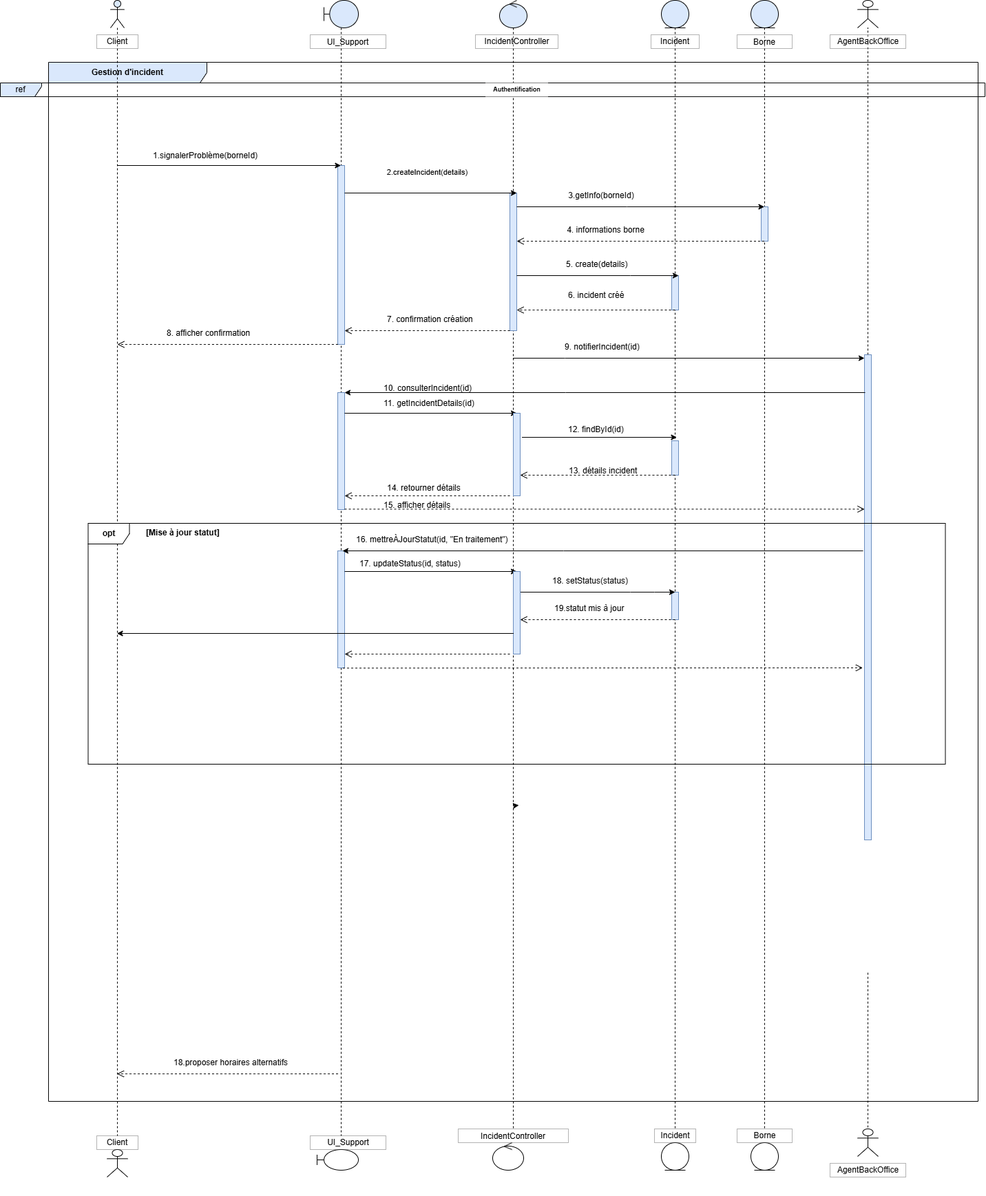
The draw.io diagram diag de seq gestion d'incident.drawio.png in achreffakraoui/Projet-uml, before a commit. Source tidied: cells renumbered, new cells last; positions are measured from the earlier drawing's top-left corner, leaving out a move shared by most shapes.
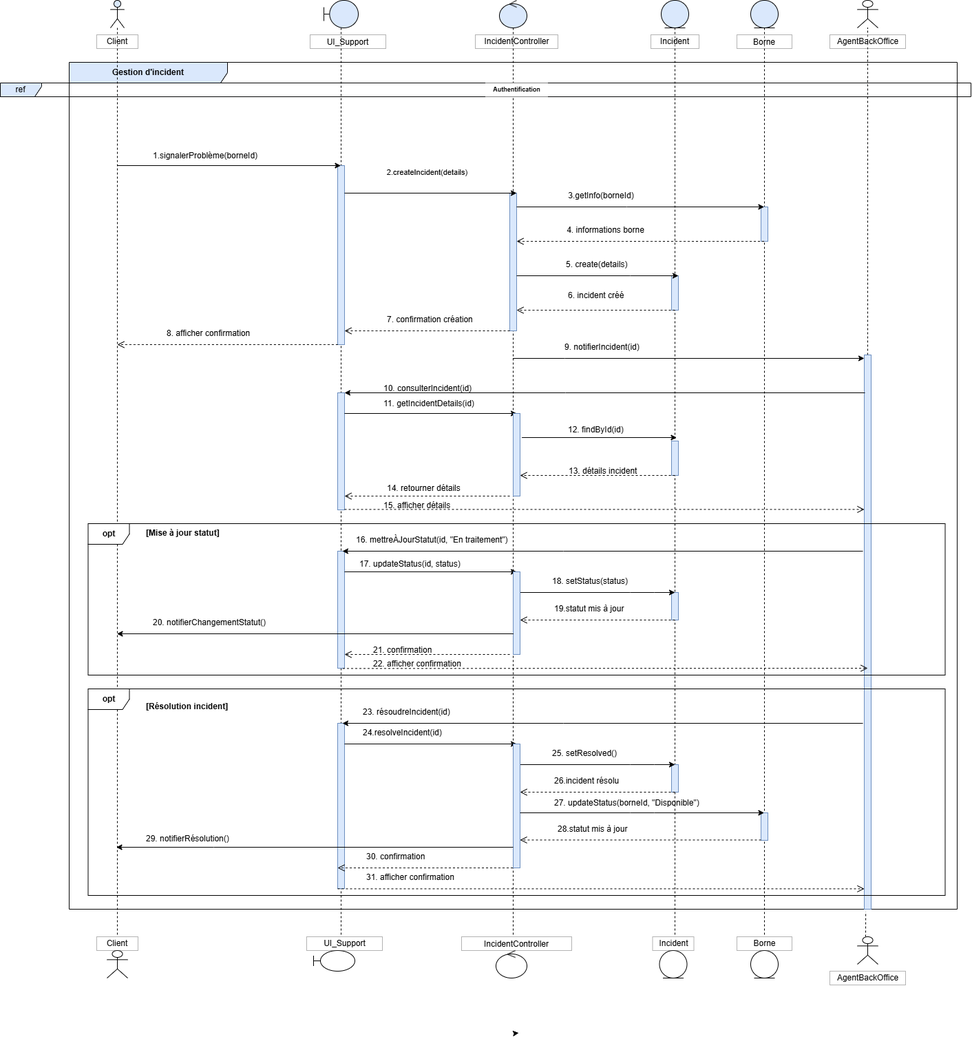
Above is the later version.

Commit message:
Mettre à jour diag de seq gestion d'incident.drawio.png

Change to the diagram source:
```diff
@@ -5,6 +5,6 @@
     <mxCell id="2" value="&lt;p&gt;&lt;b&gt;Gestion d'incident&lt;/b&gt;&lt;/p&gt;" style="shape=umlFrame;whiteSpace=wrap;html=1;fillColor=#dae8fc;strokeColor=light-dark(#050505, #5c79a3);width=230;height=30;" parent="1" vertex="1">
-      <mxGeometry x="70" y="90" width="1350" height="1510" as="geometry" />
+      <mxGeometry x="100" y="90" width="1290" height="1230" as="geometry" />
     </mxCell>
     <mxCell id="3" style="shape=umlLifeline;perimeter=lifelinePerimeter;whiteSpace=wrap;html=1;outlineConnect=0;portConstraint=eastwest;newEdgeStyle={&quot;curved&quot;:0,&quot;rounded&quot;:0};participant=umlActor;fillColor=#dae8fc;strokeColor=default;" parent="1" vertex="1">
-      <mxGeometry x="160" width="20" height="1650" as="geometry" />
+      <mxGeometry x="160" width="20" height="1360" as="geometry" />
     </mxCell>
@@ -14,3 +14,3 @@
     <mxCell id="5" style="shape=umlLifeline;perimeter=lifelinePerimeter;whiteSpace=wrap;html=1;outlineConnect=0;portConstraint=eastwest;newEdgeStyle={&quot;curved&quot;:0,&quot;rounded&quot;:0};participant=umlBoundary;fillColor=#dae8fc;strokeColor=default;size=40;" parent="1" vertex="1">
-      <mxGeometry x="470" width="50" height="1650" as="geometry" />
+      <mxGeometry x="470" width="50" height="1360" as="geometry" />
     </mxCell>
@@ -26,3 +26,3 @@
     <mxCell id="9" style="shape=umlLifeline;perimeter=lifelinePerimeter;whiteSpace=wrap;html=1;outlineConnect=0;portConstraint=eastwest;newEdgeStyle={&quot;curved&quot;:0,&quot;rounded&quot;:0};participant=umlControl;fillColor=#dae8fc;strokeColor=default;" parent="1" vertex="1">
-      <mxGeometry x="725" width="40" height="1640" as="geometry" />
+      <mxGeometry x="725" width="40" height="1360" as="geometry" />
     </mxCell>
@@ -35,3 +35,3 @@
     <mxCell id="12" style="shape=umlLifeline;perimeter=lifelinePerimeter;whiteSpace=wrap;html=1;newEdgeStyle={&quot;curved&quot;:0,&quot;rounded&quot;:0};participant=umlEntity;fillColor=#dae8fc;strokeColor=default;" parent="1" vertex="1">
-      <mxGeometry x="960" width="40" height="1640" as="geometry" />
+      <mxGeometry x="960" width="40" height="1360" as="geometry" />
     </mxCell>
@@ -44,3 +44,3 @@
     <mxCell id="15" style="shape=umlLifeline;perimeter=lifelinePerimeter;whiteSpace=wrap;html=1;outlineConnect=0;portConstraint=eastwest;newEdgeStyle={&quot;curved&quot;:0,&quot;rounded&quot;:0};participant=umlEntity;fillColor=#dae8fc;strokeColor=default;" parent="1" vertex="1">
-      <mxGeometry x="1090" width="40" height="1640" as="geometry" />
+      <mxGeometry x="1090" width="40" height="1360" as="geometry" />
     </mxCell>
@@ -49,2 +49,5 @@
     </mxCell>
+    <mxCell id="92" style="html=1;perimeter=orthogonalPerimeter;targetShapes=umlLifeline;newEdgeStyle={&quot;curved&quot;:0,&quot;rounded&quot;:0};fillColor=#dae8fc;strokeColor=#6c8ebf;" parent="15" vertex="1">
+      <mxGeometry x="15" y="1180" width="10" height="40" as="geometry" />
+    </mxCell>
     <mxCell id="17" value="Incident" style="opacity=30;gradientColor=none;fillColor=default;fillStyle=auto;rounded=0;whiteSpace=wrap;" parent="1" vertex="1">
@@ -56,3 +59,3 @@
     <mxCell id="19" value="ref" style="shape=umlFrame;whiteSpace=wrap;html=1;fillColor=#dae8fc;strokeColor=light-dark(#070808, #5c79a3);" parent="1" vertex="1">
-      <mxGeometry y="120" width="1430" height="20" as="geometry" />
+      <mxGeometry y="120" width="1410" height="20" as="geometry" />
     </mxCell>
@@ -137,12 +140,2 @@
     </mxCell>
-    <mxCell id="34" value="&lt;p&gt;&lt;br&gt;&lt;/p&gt;" style="html=1;verticalAlign=bottom;endArrow=open;dashed=1;endSize=8;curved=0;rounded=0;" parent="1" edge="1">
-      <mxGeometry x="-1" y="180" relative="1" as="geometry">
-        <mxPoint x="490.5" y="1560" as="sourcePoint" />
-        <mxPoint x="169.5" y="1560" as="targetPoint" />
-        <mxPoint x="10" as="offset" />
-      </mxGeometry>
-    </mxCell>
-    <mxCell id="35" value="18.proposer horaires alternatifs" style="text;whiteSpace=wrap;html=1;" parent="1" vertex="1">
-      <mxGeometry x="250" y="1530" width="180" height="40" as="geometry" />
-    </mxCell>
     <mxCell id="36" style="endArrow=none;dashed=1;html=1;rounded=0;entryX=0.5;entryY=1;entryDx=0;entryDy=0;" parent="1" edge="1" source="49">
@@ -152,6 +145,5 @@
     </mxCell>
-    <mxCell id="37" style="endArrow=none;dashed=1;html=1;rounded=0;entryX=0.5;entryY=1;entryDx=0;entryDy=0;" parent="1" edge="1">
+    <mxCell id="37" style="endArrow=none;dashed=1;html=1;rounded=0;entryX=0.897;entryY=1.003;entryDx=0;entryDy=0;entryPerimeter=0;" parent="1" edge="1" target="2">
       <mxGeometry relative="1" as="geometry">
-        <mxPoint x="1260" y="1650" as="sourcePoint" />
-        <mxPoint x="1260" y="1410" as="targetPoint" />
+        <mxPoint x="1257" y="1360" as="sourcePoint" />
       </mxGeometry>
@@ -159,30 +151,30 @@
     <mxCell id="38" style="shape=umlActor;verticalLabelPosition=top;verticalAlign=bottom;labelPosition=center;align=center;whiteSpace=wrap;html=1;" parent="1" vertex="1">
-      <mxGeometry x="155" y="1670" width="30" height="40" as="geometry" />
+      <mxGeometry x="155" y="1380" width="30" height="40" as="geometry" />
     </mxCell>
     <mxCell id="39" value="Client " style="whiteSpace=wrap;opacity=30;gradientColor=none;fillColor=default;fillStyle=auto;rounded=0;" parent="1" vertex="1">
-      <mxGeometry x="140" y="1650" width="60" height="20" as="geometry" />
+      <mxGeometry x="140" y="1360" width="60" height="20" as="geometry" />
     </mxCell>
     <mxCell id="40" style="shape=umlBoundary;whiteSpace=wrap;html=1;" parent="1" vertex="1">
-      <mxGeometry x="460" y="1670" width="60" height="30" as="geometry" />
+      <mxGeometry x="455" y="1380" width="60" height="30" as="geometry" />
     </mxCell>
     <mxCell id="41" value="UI_Support" style="opacity=30;gradientColor=none;fillColor=default;fillStyle=auto;rounded=0;html=1;" parent="1" vertex="1">
-      <mxGeometry x="450" y="1650" width="110" height="20" as="geometry" />
+      <mxGeometry x="445" y="1360" width="110" height="20" as="geometry" />
     </mxCell>
     <mxCell id="42" style="ellipse;shape=umlControl;whiteSpace=wrap;html=1;" parent="1" vertex="1">
-      <mxGeometry x="715" y="1660" width="45" height="40" as="geometry" />
+      <mxGeometry x="720" y="1380" width="45" height="40" as="geometry" />
     </mxCell>
     <mxCell id="43" value="IncidentController" style="opacity=30;gradientColor=none;fillColor=default;fillStyle=auto;rounded=0;" parent="1" vertex="1">
-      <mxGeometry x="665" y="1640" width="160" height="20" as="geometry" />
+      <mxGeometry x="670" y="1360" width="160" height="20" as="geometry" />
     </mxCell>
     <mxCell id="44" style="ellipse;shape=umlEntity;whiteSpace=wrap;html=1;" parent="1" vertex="1">
-      <mxGeometry x="960" y="1660" width="40" height="40" as="geometry" />
+      <mxGeometry x="957.5" y="1380" width="40" height="40" as="geometry" />
     </mxCell>
     <mxCell id="45" value="&lt;span style=&quot;text-wrap-mode: wrap;&quot;&gt;Incident&lt;/span&gt;" style="opacity=30;gradientColor=none;fillColor=default;fillStyle=auto;rounded=0;html=1;" parent="1" vertex="1">
-      <mxGeometry x="950" y="1640" width="60" height="20" as="geometry" />
+      <mxGeometry x="947.5" y="1360" width="60" height="20" as="geometry" />
     </mxCell>
     <mxCell id="46" style="ellipse;shape=umlEntity;whiteSpace=wrap;html=1;" parent="1" vertex="1">
-      <mxGeometry x="1090" y="1660" width="40" height="40" as="geometry" />
+      <mxGeometry x="1090" y="1380" width="40" height="40" as="geometry" />
     </mxCell>
     <mxCell id="47" value="Borne" style="opacity=30;gradientColor=none;fillColor=default;fillStyle=auto;rounded=0;html=1;" parent="1" vertex="1">
-      <mxGeometry x="1070" y="1640" width="80" height="20" as="geometry" />
+      <mxGeometry x="1070" y="1360" width="80" height="20" as="geometry" />
     </mxCell>
@@ -199,3 +191,3 @@
       <mxGeometry relative="1" as="geometry">
-        <mxPoint x="1260" y="1680" as="targetPoint" />
+        <mxPoint x="1260" y="1400" as="targetPoint" />
       </mxGeometry>
@@ -203,6 +195,6 @@
     <mxCell id="52" style="shape=umlActor;verticalLabelPosition=bottom;verticalAlign=top;html=1;outlineConnect=0;" parent="1" vertex="1">
-      <mxGeometry x="1245" y="1640" width="30" height="40" as="geometry" />
+      <mxGeometry x="1245" y="1360" width="30" height="40" as="geometry" />
     </mxCell>
     <mxCell id="53" value="&lt;br&gt;AgentBackOffice&lt;br&gt;&lt;br&gt;" style="opacity=30;gradientColor=none;fillColor=default;fillStyle=auto;rounded=0;html=1;" parent="1" vertex="1">
-      <mxGeometry x="1205" y="1690" width="110" height="20" as="geometry" />
+      <mxGeometry x="1205" y="1410" width="110" height="20" as="geometry" />
     </mxCell>
@@ -242,3 +234,3 @@
     <mxCell id="61" style="html=1;points=[[0,0,0,0,5],[0,1,0,0,-5],[1,0,0,0,5],[1,1,0,0,-5]];perimeter=orthogonalPerimeter;outlineConnect=0;targetShapes=umlLifeline;portConstraint=eastwest;newEdgeStyle={&quot;curved&quot;:0,&quot;rounded&quot;:0};fillColor=#dae8fc;strokeColor=#6c8ebf;" parent="1" vertex="1">
-      <mxGeometry x="1255" y="515" width="10" height="705" as="geometry" />
+      <mxGeometry x="1255" y="515" width="10" height="805" as="geometry" />
     </mxCell>
@@ -292,4 +284,4 @@
       <mxGeometry relative="1" as="geometry">
-        <mxPoint x="750" y="1170" as="sourcePoint" />
-        <mxPoint x="753" y="1169.7" as="targetPoint" />
+        <mxPoint x="750" y="1090" as="sourcePoint" />
+        <mxPoint x="753" y="1089.7" as="targetPoint" />
       </mxGeometry>
@@ -297,3 +289,3 @@
     <mxCell id="74" value="&lt;b&gt;opt&lt;/b&gt;" style="shape=umlFrame;whiteSpace=wrap;html=1;" parent="1" vertex="1">
-      <mxGeometry x="127.5" y="760" width="1245" height="350" as="geometry" />
+      <mxGeometry x="127.5" y="760" width="1245" height="220" as="geometry" />
     </mxCell>
@@ -365,3 +357,3 @@
         <mxPoint x="497.5" y="970.4" as="sourcePoint" />
-        <mxPoint x="1252.5" y="970" as="targetPoint" />
+        <mxPoint x="1260" y="970" as="targetPoint" />
         <mxPoint x="10" as="offset" />
@@ -389,2 +381,133 @@
     </mxCell>
+    <mxCell id="93" value="20. notifierChangementStatut()" style="text;whiteSpace=wrap;html=1;" parent="1" vertex="1">
+      <mxGeometry x="220" y="890" width="180" height="40" as="geometry" />
+    </mxCell>
+    <mxCell id="94" value="21. confirmation" style="text;whiteSpace=wrap;html=1;" parent="1" vertex="1">
+      <mxGeometry x="540" y="930" width="100" height="40" as="geometry" />
+    </mxCell>
+    <mxCell id="95" value="22. afficher confirmation" style="text;whiteSpace=wrap;html=1;" parent="1" vertex="1">
+      <mxGeometry x="540" y="950" width="140" height="40" as="geometry" />
+    </mxCell>
+    <mxCell id="96" style="endArrow=classic;html=1;rounded=0;" parent="1" edge="1">
+      <mxGeometry relative="1" as="geometry">
+        <mxPoint x="750" y="1500" as="sourcePoint" />
+        <mxPoint x="753" y="1499.7" as="targetPoint" />
+      </mxGeometry>
+    </mxCell>
+    <mxCell id="97" value="&lt;b&gt;opt&lt;/b&gt;" style="shape=umlFrame;whiteSpace=wrap;html=1;" parent="1" vertex="1">
+      <mxGeometry x="127.5" y="1000" width="1245" height="300" as="geometry" />
+    </mxCell>
+    <mxCell id="98" style="html=1;perimeter=orthogonalPerimeter;targetShapes=umlLifeline;newEdgeStyle={&quot;curved&quot;:0,&quot;rounded&quot;:0};fillColor=#dae8fc;strokeColor=#6c8ebf;" parent="1" vertex="1">
+      <mxGeometry x="490" y="1050" width="10" height="240" as="geometry" />
+    </mxCell>
+    <mxCell id="99" style="html=1;perimeter=orthogonalPerimeter;targetShapes=umlLifeline;newEdgeStyle={&quot;curved&quot;:0,&quot;rounded&quot;:0};fillColor=#dae8fc;strokeColor=#6c8ebf;" parent="1" vertex="1">
+      <mxGeometry x="975" y="1110" width="10" height="40" as="geometry" />
+    </mxCell>
+    <mxCell id="100" style="endArrow=classic;html=1;rounded=0;" parent="1" edge="1">
+      <mxGeometry relative="1" as="geometry">
+        <mxPoint x="500" y="1080" as="sourcePoint" />
+        <mxPoint x="750" y="1080" as="targetPoint" />
+      </mxGeometry>
+    </mxCell>
+    <mxCell id="101" style="endArrow=classic;html=1;rounded=0;" parent="1" edge="1">
+      <mxGeometry relative="1" as="geometry">
+        <mxPoint x="755" y="1110" as="sourcePoint" />
+        <mxPoint x="980" y="1110" as="targetPoint" />
+        <Array as="points">
+          <mxPoint x="915" y="1110" />
+          <mxPoint x="950" y="1110" />
+        </Array>
+      </mxGeometry>
+    </mxCell>
+    <mxCell id="102" value="&lt;p&gt;&lt;br&gt;&lt;/p&gt;" style="html=1;verticalAlign=bottom;endArrow=open;dashed=1;endSize=8;curved=0;rounded=0;" parent="1" edge="1" source="9">
+      <mxGeometry x="-1" y="180" relative="1" as="geometry">
+        <mxPoint x="490" y="1260" as="targetPoint" />
+        <mxPoint x="10" as="offset" />
+      </mxGeometry>
+    </mxCell>
+    <mxCell id="103" value="&lt;p&gt;&lt;br&gt;&lt;/p&gt;" style="html=1;verticalAlign=bottom;endArrow=open;dashed=1;endSize=8;curved=0;rounded=0;" parent="1" edge="1" source="105">
+      <mxGeometry x="-1" y="180" relative="1" as="geometry">
+        <mxPoint x="750" y="1125" as="targetPoint" />
+        <mxPoint x="10" as="offset" />
+      </mxGeometry>
+    </mxCell>
+    <mxCell id="104" style="verticalAlign=bottom;endArrow=open;dashed=1;endSize=8;curved=0;rounded=0;" parent="1" edge="1">
+      <mxGeometry x="-1" y="180" relative="1" as="geometry">
+        <mxPoint x="980" y="1150" as="sourcePoint" />
+        <mxPoint x="755" y="1150" as="targetPoint" />
+        <mxPoint x="10" as="offset" />
+      </mxGeometry>
+    </mxCell>
+    <mxCell id="105" style="html=1;points=[[0,0,0,0,5],[0,1,0,0,-5],[1,0,0,0,5],[1,1,0,0,-5]];perimeter=orthogonalPerimeter;outlineConnect=0;targetShapes=umlLifeline;portConstraint=eastwest;newEdgeStyle={&quot;curved&quot;:0,&quot;rounded&quot;:0};fillColor=#dae8fc;strokeColor=#6c8ebf;" parent="1" vertex="1">
+      <mxGeometry x="745" y="1080" width="10" height="180" as="geometry" />
+    </mxCell>
+    <mxCell id="106" style="endArrow=classic;html=1;rounded=0;" parent="1" edge="1">
+      <mxGeometry relative="1" as="geometry">
+        <mxPoint x="1253" y="1050" as="sourcePoint" />
+        <mxPoint x="497" y="1050" as="targetPoint" />
+        <Array as="points">
+          <mxPoint x="818" y="1050" />
+        </Array>
+      </mxGeometry>
+    </mxCell>
+    <mxCell id="107" value="&lt;p&gt;[Résolution incident]&lt;/p&gt;" style="text;whiteSpace=wrap;html=1;fontStyle=1;" parent="1" vertex="1">
+      <mxGeometry x="210" y="1000" width="130" height="40" as="geometry" />
+    </mxCell>
+    <mxCell id="108" value="&lt;p&gt;&lt;br&gt;&lt;/p&gt;" style="html=1;verticalAlign=bottom;endArrow=open;dashed=1;endSize=8;curved=0;rounded=0;" parent="1" edge="1" target="61">
+      <mxGeometry x="-1" y="180" relative="1" as="geometry">
+        <mxPoint x="490" y="1290.4" as="sourcePoint" />
+        <mxPoint x="10" as="offset" />
+      </mxGeometry>
+    </mxCell>
+    <mxCell id="109" style="endArrow=classic;html=1;rounded=0;" parent="1" edge="1">
+      <mxGeometry relative="1" as="geometry">
+        <mxPoint x="745" y="1230" as="sourcePoint" />
+        <mxPoint x="168.5" y="1230" as="targetPoint" />
+        <Array as="points">
+          <mxPoint x="310" y="1230" />
+        </Array>
+      </mxGeometry>
+    </mxCell>
+    <mxCell id="110" value="25.&amp;nbsp;&lt;span style=&quot;background-color: transparent; color: light-dark(rgb(0, 0, 0), rgb(255, 255, 255));&quot;&gt;setResolved()&lt;/span&gt;" style="text;whiteSpace=wrap;html=1;" parent="1" vertex="1">
+      <mxGeometry x="800" y="1080" width="120" height="40" as="geometry" />
+    </mxCell>
+    <mxCell id="111" value="26.incident résolu" style="text;whiteSpace=wrap;html=1;" parent="1" vertex="1">
+      <mxGeometry x="802.5" y="1120" width="120" height="40" as="geometry" />
+    </mxCell>
+    <mxCell id="112" value="&lt;br&gt;29. notifierRésolution()&lt;div&gt;&lt;br/&gt;&lt;/div&gt;" style="text;whiteSpace=wrap;html=1;" parent="1" vertex="1">
+      <mxGeometry x="210" y="1190" width="180" height="40" as="geometry" />
+    </mxCell>
+    <mxCell id="113" value="30. confirmation" style="text;whiteSpace=wrap;html=1;" parent="1" vertex="1">
+      <mxGeometry x="530" y="1230" width="100" height="40" as="geometry" />
+    </mxCell>
+    <mxCell id="114" value="31. afficher confirmation" style="text;whiteSpace=wrap;html=1;" parent="1" vertex="1">
+      <mxGeometry x="530" y="1260" width="140" height="40" as="geometry" />
+    </mxCell>
+    <mxCell id="115" value="23. résoudreIncident(id)" style="text;whiteSpace=wrap;html=1;" parent="1" vertex="1">
+      <mxGeometry x="525" y="1020" width="140" height="40" as="geometry" />
+    </mxCell>
+    <mxCell id="116" value="24.resolveIncident(id)" style="text;whiteSpace=wrap;html=1;" parent="1" vertex="1">
+      <mxGeometry x="525" y="1050" width="130" height="40" as="geometry" />
+    </mxCell>
+    <mxCell id="117" style="endArrow=classic;html=1;rounded=0;" parent="1" edge="1" target="15">
+      <mxGeometry relative="1" as="geometry">
+        <mxPoint x="755" y="1180" as="sourcePoint" />
+        <Array as="points">
+          <mxPoint x="915" y="1180" />
+          <mxPoint x="950" y="1180" />
+        </Array>
+      </mxGeometry>
+    </mxCell>
+    <mxCell id="118" style="verticalAlign=bottom;endArrow=open;dashed=1;endSize=8;curved=0;rounded=0;" parent="1" edge="1" target="105">
+      <mxGeometry x="-1" y="180" relative="1" as="geometry">
+        <mxPoint x="1105" y="1219.5" as="sourcePoint" />
+        <mxPoint x="10" as="offset" />
+      </mxGeometry>
+    </mxCell>
+    <mxCell id="119" value="&lt;p&gt;27. updateStatus(borneId, &quot;Disponible&quot;)&lt;/p&gt;" style="text;whiteSpace=wrap;html=1;" parent="1" vertex="1">
+      <mxGeometry x="802.5" y="1140" width="220" height="60" as="geometry" />
+    </mxCell>
+    <mxCell id="120" value="28.statut mis à jour" style="text;whiteSpace=wrap;html=1;" parent="1" vertex="1">
+      <mxGeometry x="807.5" y="1190" width="120" height="40" as="geometry" />
+    </mxCell>
   </root>
```
